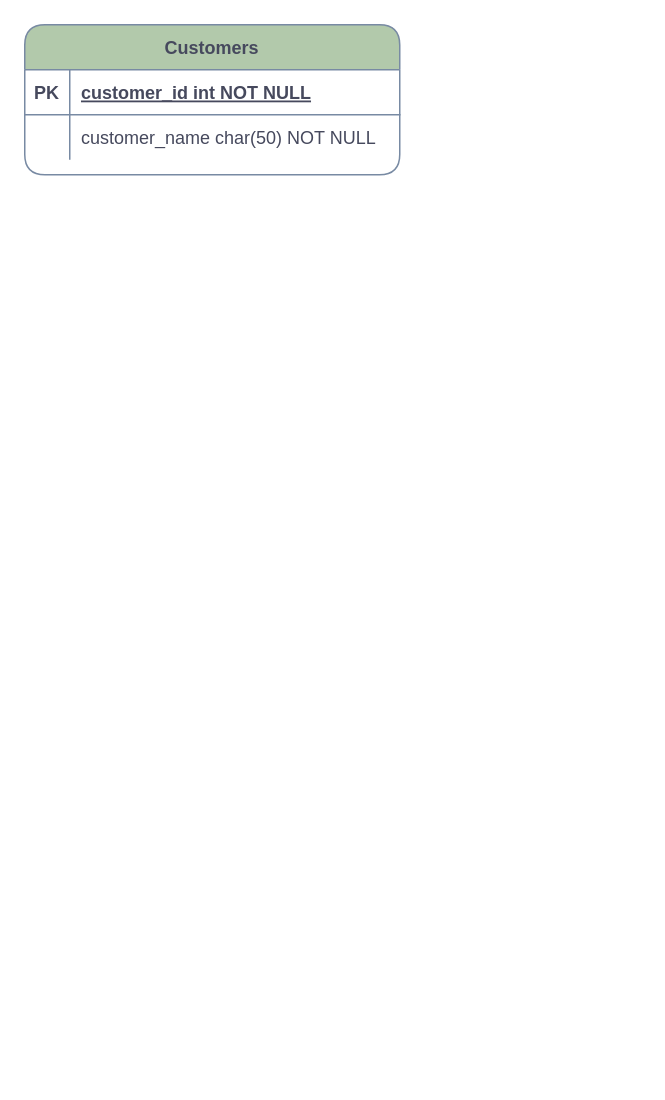
xianghuzhao/chart keeps this draw.io diagram as NAI_E-R.drawio. Above is the earlier version. Source tidied: cells renumbered, new cells numbered last; positions are measured from the earlier drawing's top-left corner, leaving out a move shared by most shapes. Both pictures are drawn from the tidied source at 150%, with x=0, y=0 at pixel (24, 24).
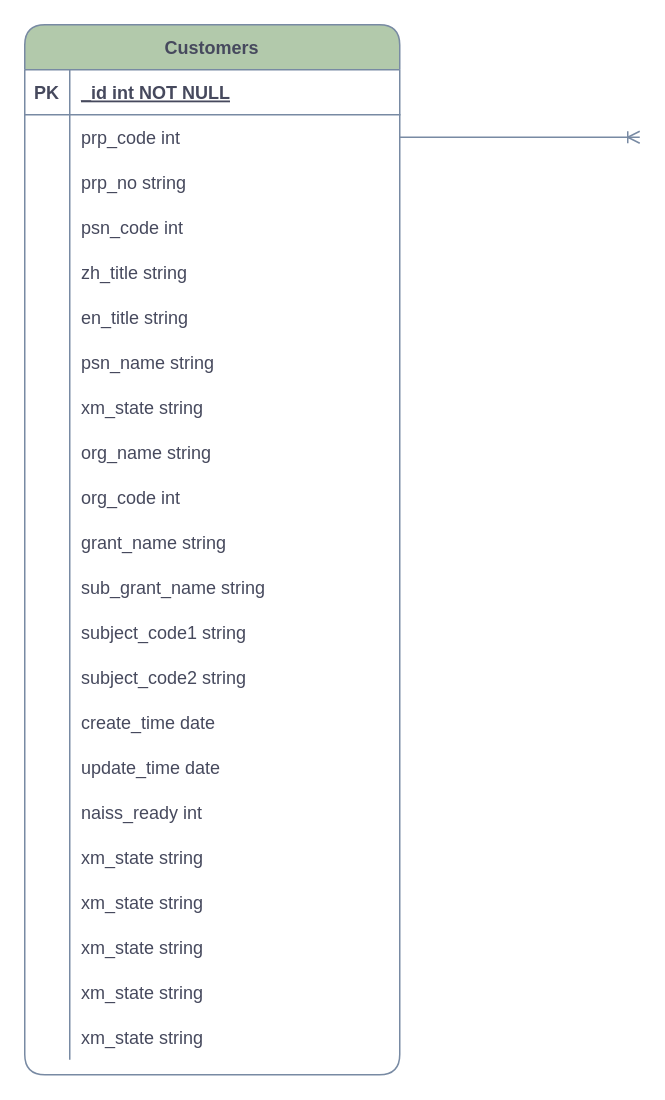
Above is the later version.

Unchanged cells that the change refers to:
```xml
<mxCell id="3" style="shape=partialRectangle;fillColor=none;top=0;left=0;right=0;bottom=1;rounded=1;strokeColor=#788AA3;fontColor=#46495D;" parent="2" vertex="1">
  <mxGeometry y="30" width="250" height="30" as="geometry" />
</mxCell>
<mxCell id="6" style="shape=partialRectangle;fillColor=none;points=[[0,0.5],[1,0.5]];portConstraint=eastwest;top=0;left=0;right=0;bottom=0;rounded=1;strokeColor=#788AA3;fontColor=#46495D;" parent="2" vertex="1">
  <mxGeometry y="60" width="250" height="30" as="geometry" />
</mxCell>
```

What changed in the source:
```diff
@@
     <mxCell id="2" value="Customers" style="shape=table;startSize=30;childLayout=tableLayout;rowLines=0;fontStyle=1;align=center;rounded=1;fillColor=#B2C9AB;strokeColor=#788AA3;fontColor=#46495D;" parent="1" vertex="1">
-      <mxGeometry width="250" height="100" as="geometry" />
+      <mxGeometry width="250" height="700" as="geometry" />
     </mxCell>
@@
-    <mxCell id="5" value="customer_id int NOT NULL " style="shape=partialRectangle;overflow=hidden;fillColor=none;top=0;left=0;bottom=0;right=0;align=left;spacingLeft=6;fontStyle=5;rounded=1;strokeColor=#788AA3;fontColor=#46495D;" parent="3" vertex="1">
+    <mxCell id="5" value="_id int NOT NULL " style="shape=partialRectangle;overflow=hidden;fillColor=none;top=0;left=0;bottom=0;right=0;align=left;spacingLeft=6;fontStyle=5;rounded=1;strokeColor=#788AA3;fontColor=#46495D;" parent="3" vertex="1">
       <mxGeometry x="30" width="220" height="30" as="geometry" />
     </mxCell>
@@
-    <mxCell id="8" value="customer_name char(50) NOT NULL" style="shape=partialRectangle;overflow=hidden;fillColor=none;top=0;left=0;bottom=0;right=0;align=left;spacingLeft=6;rounded=1;strokeColor=#788AA3;fontColor=#46495D;" parent="6" vertex="1">
+    <mxCell id="8" value="prp_code int" style="shape=partialRectangle;overflow=hidden;fillColor=none;top=0;left=0;bottom=0;right=0;align=left;spacingLeft=6;rounded=1;strokeColor=#788AA3;fontColor=#46495D;" parent="6" vertex="1">
       <mxGeometry x="30" width="220" height="30" as="geometry" />
     </mxCell>
+    <mxCell id="9" style="shape=partialRectangle;fillColor=none;top=0;left=0;right=0;bottom=0;rounded=1;strokeColor=#788AA3;fontColor=#46495D;" parent="2" vertex="1">
+      <mxGeometry y="90" width="250" height="30" as="geometry" />
+    </mxCell>
+    <mxCell id="10" style="shape=partialRectangle;overflow=hidden;fillColor=none;top=0;left=0;bottom=0;right=0;rounded=1;strokeColor=#788AA3;fontColor=#46495D;" parent="9" vertex="1">
+      <mxGeometry width="30" height="30" as="geometry" />
+    </mxCell>
+    <mxCell id="11" value="prp_no string" style="shape=partialRectangle;overflow=hidden;fillColor=none;top=0;left=0;bottom=0;right=0;align=left;spacingLeft=6;rounded=1;strokeColor=#788AA3;fontColor=#46495D;" parent="9" vertex="1">
+      <mxGeometry x="30" width="220" height="30" as="geometry" />
+    </mxCell>
+    <mxCell id="12" style="shape=partialRectangle;fillColor=none;top=0;left=0;right=0;bottom=0;rounded=1;strokeColor=#788AA3;fontColor=#46495D;" parent="2" vertex="1">
+      <mxGeometry y="120" width="250" height="30" as="geometry" />
+    </mxCell>
+    <mxCell id="13" style="shape=partialRectangle;overflow=hidden;fillColor=none;top=0;left=0;bottom=0;right=0;rounded=1;strokeColor=#788AA3;fontColor=#46495D;" parent="12" vertex="1">
+      <mxGeometry width="30" height="30" as="geometry" />
+    </mxCell>
+    <mxCell id="14" value="psn_code int" style="shape=partialRectangle;overflow=hidden;fillColor=none;top=0;left=0;bottom=0;right=0;align=left;spacingLeft=6;rounded=1;strokeColor=#788AA3;fontColor=#46495D;" parent="12" vertex="1">
+      <mxGeometry x="30" width="220" height="30" as="geometry" />
+    </mxCell>
+    <mxCell id="15" style="shape=partialRectangle;fillColor=none;top=0;left=0;right=0;bottom=0;rounded=1;strokeColor=#788AA3;fontColor=#46495D;" parent="2" vertex="1">
+      <mxGeometry y="150" width="250" height="30" as="geometry" />
+    </mxCell>
+    <mxCell id="16" style="shape=partialRectangle;overflow=hidden;fillColor=none;top=0;left=0;bottom=0;right=0;rounded=1;strokeColor=#788AA3;fontColor=#46495D;" parent="15" vertex="1">
+      <mxGeometry width="30" height="30" as="geometry" />
+    </mxCell>
+    <mxCell id="17" value="zh_title string" style="shape=partialRectangle;overflow=hidden;fillColor=none;top=0;left=0;bottom=0;right=0;align=left;spacingLeft=6;rounded=1;strokeColor=#788AA3;fontColor=#46495D;" parent="15" vertex="1">
+      <mxGeometry x="30" width="220" height="30" as="geometry" />
+    </mxCell>
+    <mxCell id="18" style="shape=partialRectangle;fillColor=none;top=0;left=0;right=0;bottom=0;rounded=1;strokeColor=#788AA3;fontColor=#46495D;" parent="2" vertex="1">
+      <mxGeometry y="180" width="250" height="30" as="geometry" />
+    </mxCell>
+    <mxCell id="19" style="shape=partialRectangle;overflow=hidden;fillColor=none;top=0;left=0;bottom=0;right=0;rounded=1;strokeColor=#788AA3;fontColor=#46495D;" parent="18" vertex="1">
+      <mxGeometry width="30" height="30" as="geometry" />
+    </mxCell>
+    <mxCell id="20" value="en_title string" style="shape=partialRectangle;overflow=hidden;fillColor=none;top=0;left=0;bottom=0;right=0;align=left;spacingLeft=6;rounded=1;strokeColor=#788AA3;fontColor=#46495D;" parent="18" vertex="1">
+      <mxGeometry x="30" width="220" height="30" as="geometry" />
+    </mxCell>
+    <mxCell id="21" style="shape=partialRectangle;fillColor=none;top=0;left=0;right=0;bottom=0;rounded=1;strokeColor=#788AA3;fontColor=#46495D;" parent="2" vertex="1">
+      <mxGeometry y="210" width="250" height="30" as="geometry" />
+    </mxCell>
+    <mxCell id="22" style="shape=partialRectangle;overflow=hidden;fillColor=none;top=0;left=0;bottom=0;right=0;rounded=1;strokeColor=#788AA3;fontColor=#46495D;" parent="21" vertex="1">
+      <mxGeometry width="30" height="30" as="geometry" />
+    </mxCell>
+    <mxCell id="23" value="psn_name string" style="shape=partialRectangle;overflow=hidden;fillColor=none;top=0;left=0;bottom=0;right=0;align=left;spacingLeft=6;rounded=1;strokeColor=#788AA3;fontColor=#46495D;" parent="21" vertex="1">
+      <mxGeometry x="30" width="220" height="30" as="geometry" />
+    </mxCell>
+    <mxCell id="24" style="shape=partialRectangle;fillColor=none;top=0;left=0;right=0;bottom=0;rounded=1;strokeColor=#788AA3;fontColor=#46495D;" parent="2" vertex="1">
+      <mxGeometry y="240" width="250" height="30" as="geometry" />
+    </mxCell>
+    <mxCell id="25" style="shape=partialRectangle;overflow=hidden;fillColor=none;top=0;left=0;bottom=0;right=0;rounded=1;strokeColor=#788AA3;fontColor=#46495D;" parent="24" vertex="1">
+      <mxGeometry width="30" height="30" as="geometry" />
+    </mxCell>
+    <mxCell id="26" value="xm_state string" style="shape=partialRectangle;overflow=hidden;fillColor=none;top=0;left=0;bottom=0;right=0;align=left;spacingLeft=6;rounded=1;strokeColor=#788AA3;fontColor=#46495D;" parent="24" vertex="1">
+      <mxGeometry x="30" width="220" height="30" as="geometry" />
+    </mxCell>
+    <mxCell id="27" style="shape=partialRectangle;fillColor=none;top=0;left=0;right=0;bottom=0;rounded=1;strokeColor=#788AA3;fontColor=#46495D;" parent="2" vertex="1">
+      <mxGeometry y="270" width="250" height="30" as="geometry" />
+    </mxCell>
+    <mxCell id="28" style="shape=partialRectangle;overflow=hidden;fillColor=none;top=0;left=0;bottom=0;right=0;rounded=1;strokeColor=#788AA3;fontColor=#46495D;" parent="27" vertex="1">
+      <mxGeometry width="30" height="30" as="geometry" />
+    </mxCell>
+    <mxCell id="29" value="org_name string" style="shape=partialRectangle;overflow=hidden;fillColor=none;top=0;left=0;bottom=0;right=0;align=left;spacingLeft=6;rounded=1;strokeColor=#788AA3;fontColor=#46495D;" parent="27" vertex="1">
+      <mxGeometry x="30" width="220" height="30" as="geometry" />
+    </mxCell>
+    <mxCell id="30" style="shape=partialRectangle;fillColor=none;top=0;left=0;right=0;bottom=0;rounded=1;strokeColor=#788AA3;fontColor=#46495D;" parent="2" vertex="1">
+      <mxGeometry y="300" width="250" height="30" as="geometry" />
+    </mxCell>
+    <mxCell id="31" style="shape=partialRectangle;overflow=hidden;fillColor=none;top=0;left=0;bottom=0;right=0;rounded=1;strokeColor=#788AA3;fontColor=#46495D;" parent="30" vertex="1">
+      <mxGeometry width="30" height="30" as="geometry" />
+    </mxCell>
+    <mxCell id="32" value="org_code int" style="shape=partialRectangle;overflow=hidden;fillColor=none;top=0;left=0;bottom=0;right=0;align=left;spacingLeft=6;rounded=1;strokeColor=#788AA3;fontColor=#46495D;" parent="30" vertex="1">
+      <mxGeometry x="30" width="220" height="30" as="geometry" />
+    </mxCell>
+    <mxCell id="33" style="shape=partialRectangle;fillColor=none;top=0;left=0;right=0;bottom=0;rounded=1;strokeColor=#788AA3;fontColor=#46495D;" parent="2" vertex="1">
+      <mxGeometry y="330" width="250" height="30" as="geometry" />
+    </mxCell>
+    <mxCell id="34" style="shape=partialRectangle;overflow=hidden;fillColor=none;top=0;left=0;bottom=0;right=0;rounded=1;strokeColor=#788AA3;fontColor=#46495D;" parent="33" vertex="1">
+      <mxGeometry width="30" height="30" as="geometry" />
+    </mxCell>
+    <mxCell id="35" value="grant_name string" style="shape=partialRectangle;overflow=hidden;fillColor=none;top=0;left=0;bottom=0;right=0;align=left;spacingLeft=6;rounded=1;strokeColor=#788AA3;fontColor=#46495D;" parent="33" vertex="1">
+      <mxGeometry x="30" width="220" height="30" as="geometry" />
+    </mxCell>
+    <mxCell id="36" style="shape=partialRectangle;fillColor=none;top=0;left=0;right=0;bottom=0;rounded=1;strokeColor=#788AA3;fontColor=#46495D;" parent="2" vertex="1">
+      <mxGeometry y="360" width="250" height="30" as="geometry" />
+    </mxCell>
+    <mxCell id="37" style="shape=partialRectangle;overflow=hidden;fillColor=none;top=0;left=0;bottom=0;right=0;rounded=1;strokeColor=#788AA3;fontColor=#46495D;" parent="36" vertex="1">
+      <mxGeometry width="30" height="30" as="geometry" />
+    </mxCell>
+    <mxCell id="38" value="sub_grant_name string" style="shape=partialRectangle;overflow=hidden;fillColor=none;top=0;left=0;bottom=0;right=0;align=left;spacingLeft=6;rounded=1;strokeColor=#788AA3;fontColor=#46495D;" parent="36" vertex="1">
+      <mxGeometry x="30" width="220" height="30" as="geometry" />
+    </mxCell>
+    <mxCell id="39" style="shape=partialRectangle;fillColor=none;top=0;left=0;right=0;bottom=0;rounded=1;strokeColor=#788AA3;fontColor=#46495D;" parent="2" vertex="1">
+      <mxGeometry y="390" width="250" height="30" as="geometry" />
+    </mxCell>
+    <mxCell id="40" style="shape=partialRectangle;overflow=hidden;fillColor=none;top=0;left=0;bottom=0;right=0;rounded=1;strokeColor=#788AA3;fontColor=#46495D;" parent="39" vertex="1">
+      <mxGeometry width="30" height="30" as="geometry" />
+    </mxCell>
+    <mxCell id="41" value="subject_code1 string" style="shape=partialRectangle;overflow=hidden;fillColor=none;top=0;left=0;bottom=0;right=0;align=left;spacingLeft=6;rounded=1;strokeColor=#788AA3;fontColor=#46495D;" parent="39" vertex="1">
+      <mxGeometry x="30" width="220" height="30" as="geometry" />
+    </mxCell>
+    <mxCell id="42" style="shape=partialRectangle;fillColor=none;top=0;left=0;right=0;bottom=0;rounded=1;strokeColor=#788AA3;fontColor=#46495D;" parent="2" vertex="1">
+      <mxGeometry y="420" width="250" height="30" as="geometry" />
+    </mxCell>
+    <mxCell id="43" style="shape=partialRectangle;overflow=hidden;fillColor=none;top=0;left=0;bottom=0;right=0;rounded=1;strokeColor=#788AA3;fontColor=#46495D;" parent="42" vertex="1">
+      <mxGeometry width="30" height="30" as="geometry" />
+    </mxCell>
+    <mxCell id="44" value="subject_code2 string" style="shape=partialRectangle;overflow=hidden;fillColor=none;top=0;left=0;bottom=0;right=0;align=left;spacingLeft=6;rounded=1;strokeColor=#788AA3;fontColor=#46495D;" parent="42" vertex="1">
+      <mxGeometry x="30" width="220" height="30" as="geometry" />
+    </mxCell>
+    <mxCell id="45" style="shape=partialRectangle;fillColor=none;top=0;left=0;right=0;bottom=0;rounded=1;strokeColor=#788AA3;fontColor=#46495D;" parent="2" vertex="1">
+      <mxGeometry y="450" width="250" height="30" as="geometry" />
+    </mxCell>
+    <mxCell id="46" style="shape=partialRectangle;overflow=hidden;fillColor=none;top=0;left=0;bottom=0;right=0;rounded=1;strokeColor=#788AA3;fontColor=#46495D;" parent="45" vertex="1">
+      <mxGeometry width="30" height="30" as="geometry" />
+    </mxCell>
+    <mxCell id="47" value="create_time date" style="shape=partialRectangle;overflow=hidden;fillColor=none;top=0;left=0;bottom=0;right=0;align=left;spacingLeft=6;rounded=1;strokeColor=#788AA3;fontColor=#46495D;" parent="45" vertex="1">
+      <mxGeometry x="30" width="220" height="30" as="geometry" />
+    </mxCell>
+    <mxCell id="48" style="shape=partialRectangle;fillColor=none;top=0;left=0;right=0;bottom=0;rounded=1;strokeColor=#788AA3;fontColor=#46495D;" parent="2" vertex="1">
+      <mxGeometry y="480" width="250" height="30" as="geometry" />
+    </mxCell>
+    <mxCell id="49" style="shape=partialRectangle;overflow=hidden;fillColor=none;top=0;left=0;bottom=0;right=0;rounded=1;strokeColor=#788AA3;fontColor=#46495D;" parent="48" vertex="1">
+      <mxGeometry width="30" height="30" as="geometry" />
+    </mxCell>
+    <mxCell id="50" value="update_time date" style="shape=partialRectangle;overflow=hidden;fillColor=none;top=0;left=0;bottom=0;right=0;align=left;spacingLeft=6;rounded=1;strokeColor=#788AA3;fontColor=#46495D;" parent="48" vertex="1">
+      <mxGeometry x="30" width="220" height="30" as="geometry" />
+    </mxCell>
+    <mxCell id="51" style="shape=partialRectangle;fillColor=none;top=0;left=0;right=0;bottom=0;rounded=1;strokeColor=#788AA3;fontColor=#46495D;" parent="2" vertex="1">
+      <mxGeometry y="510" width="250" height="30" as="geometry" />
+    </mxCell>
+    <mxCell id="52" style="shape=partialRectangle;overflow=hidden;fillColor=none;top=0;left=0;bottom=0;right=0;rounded=1;strokeColor=#788AA3;fontColor=#46495D;" parent="51" vertex="1">
+      <mxGeometry width="30" height="30" as="geometry" />
+    </mxCell>
+    <mxCell id="53" value="naiss_ready int" style="shape=partialRectangle;overflow=hidden;fillColor=none;top=0;left=0;bottom=0;right=0;align=left;spacingLeft=6;rounded=1;strokeColor=#788AA3;fontColor=#46495D;" parent="51" vertex="1">
+      <mxGeometry x="30" width="220" height="30" as="geometry" />
+    </mxCell>
+    <mxCell id="54" style="shape=partialRectangle;fillColor=none;top=0;left=0;right=0;bottom=0;rounded=1;strokeColor=#788AA3;fontColor=#46495D;" parent="2" vertex="1">
+      <mxGeometry y="540" width="250" height="30" as="geometry" />
+    </mxCell>
+    <mxCell id="55" style="shape=partialRectangle;overflow=hidden;fillColor=none;top=0;left=0;bottom=0;right=0;rounded=1;strokeColor=#788AA3;fontColor=#46495D;" parent="54" vertex="1">
+      <mxGeometry width="30" height="30" as="geometry" />
+    </mxCell>
+    <mxCell id="56" value="xm_state string" style="shape=partialRectangle;overflow=hidden;fillColor=none;top=0;left=0;bottom=0;right=0;align=left;spacingLeft=6;rounded=1;strokeColor=#788AA3;fontColor=#46495D;" parent="54" vertex="1">
+      <mxGeometry x="30" width="220" height="30" as="geometry" />
+    </mxCell>
+    <mxCell id="57" style="shape=partialRectangle;fillColor=none;top=0;left=0;right=0;bottom=0;rounded=1;strokeColor=#788AA3;fontColor=#46495D;" parent="2" vertex="1">
+      <mxGeometry y="570" width="250" height="30" as="geometry" />
+    </mxCell>
+    <mxCell id="58" style="shape=partialRectangle;overflow=hidden;fillColor=none;top=0;left=0;bottom=0;right=0;rounded=1;strokeColor=#788AA3;fontColor=#46495D;" parent="57" vertex="1">
+      <mxGeometry width="30" height="30" as="geometry" />
+    </mxCell>
+    <mxCell id="59" value="xm_state string" style="shape=partialRectangle;overflow=hidden;fillColor=none;top=0;left=0;bottom=0;right=0;align=left;spacingLeft=6;rounded=1;strokeColor=#788AA3;fontColor=#46495D;" parent="57" vertex="1">
+      <mxGeometry x="30" width="220" height="30" as="geometry" />
+    </mxCell>
+    <mxCell id="60" style="shape=partialRectangle;fillColor=none;top=0;left=0;right=0;bottom=0;rounded=1;strokeColor=#788AA3;fontColor=#46495D;" parent="2" vertex="1">
+      <mxGeometry y="600" width="250" height="30" as="geometry" />
+    </mxCell>
+    <mxCell id="61" style="shape=partialRectangle;overflow=hidden;fillColor=none;top=0;left=0;bottom=0;right=0;rounded=1;strokeColor=#788AA3;fontColor=#46495D;" parent="60" vertex="1">
+      <mxGeometry width="30" height="30" as="geometry" />
+    </mxCell>
+    <mxCell id="62" value="xm_state string" style="shape=partialRectangle;overflow=hidden;fillColor=none;top=0;left=0;bottom=0;right=0;align=left;spacingLeft=6;rounded=1;strokeColor=#788AA3;fontColor=#46495D;" parent="60" vertex="1">
+      <mxGeometry x="30" width="220" height="30" as="geometry" />
+    </mxCell>
+    <mxCell id="63" style="shape=partialRectangle;fillColor=none;top=0;left=0;right=0;bottom=0;rounded=1;strokeColor=#788AA3;fontColor=#46495D;" parent="2" vertex="1">
+      <mxGeometry y="630" width="250" height="30" as="geometry" />
+    </mxCell>
+    <mxCell id="64" style="shape=partialRectangle;overflow=hidden;fillColor=none;top=0;left=0;bottom=0;right=0;rounded=1;strokeColor=#788AA3;fontColor=#46495D;" parent="63" vertex="1">
+      <mxGeometry width="30" height="30" as="geometry" />
+    </mxCell>
+    <mxCell id="65" value="xm_state string" style="shape=partialRectangle;overflow=hidden;fillColor=none;top=0;left=0;bottom=0;right=0;align=left;spacingLeft=6;rounded=1;strokeColor=#788AA3;fontColor=#46495D;" parent="63" vertex="1">
+      <mxGeometry x="30" width="220" height="30" as="geometry" />
+    </mxCell>
+    <mxCell id="66" style="shape=partialRectangle;fillColor=none;top=0;left=0;right=0;bottom=0;rounded=1;strokeColor=#788AA3;fontColor=#46495D;" parent="2" vertex="1">
+      <mxGeometry y="660" width="250" height="30" as="geometry" />
+    </mxCell>
+    <mxCell id="67" style="shape=partialRectangle;overflow=hidden;fillColor=none;top=0;left=0;bottom=0;right=0;rounded=1;strokeColor=#788AA3;fontColor=#46495D;" parent="66" vertex="1">
+      <mxGeometry width="30" height="30" as="geometry" />
+    </mxCell>
+    <mxCell id="68" value="xm_state string" style="shape=partialRectangle;overflow=hidden;fillColor=none;top=0;left=0;bottom=0;right=0;align=left;spacingLeft=6;rounded=1;strokeColor=#788AA3;fontColor=#46495D;" parent="66" vertex="1">
+      <mxGeometry x="30" width="220" height="30" as="geometry" />
+    </mxCell>
+    <mxCell id="69" style="edgeStyle=entityRelationEdgeStyle;fontSize=12;html=1;endArrow=ERoneToMany;rounded=1;sketch=0;fontColor=#46495D;strokeColor=#788AA3;fillColor=#B2C9AB;curved=0;entryX=0;entryY=0.5;entryDx=0;entryDy=0;exitX=1;exitY=0.5;exitDx=0;exitDy=0;" parent="1" edge="1" source="6">
+      <mxGeometry relative="1" as="geometry">
+        <mxPoint x="410" y="75" as="targetPoint" />
+      </mxGeometry>
+    </mxCell>
```
